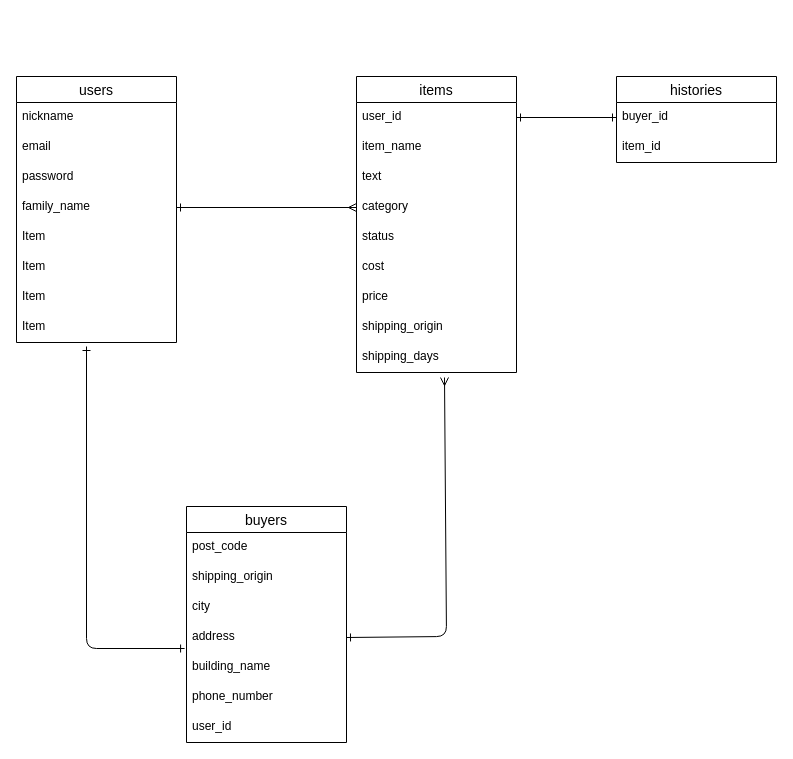
The draw.io diagram furima.dio in Ozeyuta/furima-39084, before the edit. Source tidied: cells renumbered, new cells numbered last; positions are measured from the earlier drawing's top-left corner, leaving out a move shared by most shapes. Both pictures are drawn from the tidied source at 100%, with x=0, y=0 at pixel (16, 76).
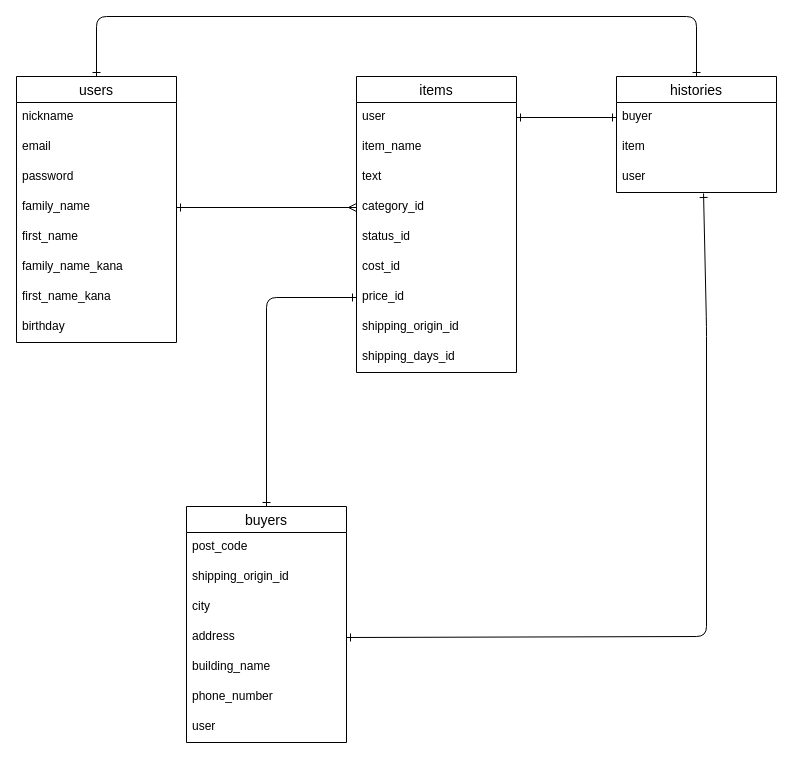
The same page after the edit.

Commit message (it also covers changes not shown here):
ER図とREADMEの修正２

Unchanged cells that the change refers to:
```xml
<mxCell id="2" value="users" style="swimlane;fontStyle=0;horizontal=1;startSize=26;align=center;fontSize=14;" parent="1" vertex="1">
  <mxGeometry width="160" height="266" as="geometry" />
</mxCell>
<mxCell id="11" value="items" style="swimlane;fontStyle=0;horizontal=1;startSize=26;align=center;fontSize=14;" parent="1" vertex="1">
  <mxGeometry x="340" width="160" height="296" as="geometry" />
</mxCell>
<mxCell id="21" value="buyers" style="swimlane;fontStyle=0;horizontal=1;startSize=26;align=center;fontSize=14;" parent="1" vertex="1">
  <mxGeometry x="170" y="430" width="160" height="236" as="geometry" />
</mxCell>
<mxCell id="25" value="address" style="text;strokeColor=none;fillColor=none;spacingLeft=4;spacingRight=4;overflow=hidden;points=[[0,0.5],[1,0.5]];portConstraint=eastwest;fontSize=12;" parent="21" vertex="1">
  <mxGeometry y="116" width="160" height="30" as="geometry" />
</mxCell>
```

Change to the diagram source:
```diff
@@
+    <mxCell id="36" style="edgeStyle=none;html=1;exitX=0.5;exitY=0;exitDx=0;exitDy=0;entryX=0.5;entryY=0;entryDx=0;entryDy=0;startArrow=ERone;startFill=0;endArrow=ERone;endFill=0;" parent="1" edge="1" source="2" target="29">
+      <mxGeometry relative="1" as="geometry">
+        <Array as="points">
+          <mxPoint x="80" y="-60" />
+          <mxPoint x="680" y="-60" />
+        </Array>
+      </mxGeometry>
+    </mxCell>
@@
-    <mxCell id="7" value="Item" style="text;strokeColor=none;fillColor=none;spacingLeft=4;spacingRight=4;overflow=hidden;fontSize=12;" parent="2" vertex="1">
+    <mxCell id="7" value="first_name" style="text;strokeColor=none;fillColor=none;spacingLeft=4;spacingRight=4;overflow=hidden;fontSize=12;" parent="2" vertex="1">
       <mxGeometry y="146" width="160" height="30" as="geometry" />
     </mxCell>
-    <mxCell id="8" value="Item" style="text;strokeColor=none;fillColor=none;spacingLeft=4;spacingRight=4;overflow=hidden;fontSize=12;" parent="2" vertex="1">
+    <mxCell id="8" value="family_name_kana" style="text;strokeColor=none;fillColor=none;spacingLeft=4;spacingRight=4;overflow=hidden;fontSize=12;" parent="2" vertex="1">
       <mxGeometry y="176" width="160" height="30" as="geometry" />
     </mxCell>
-    <mxCell id="9" value="Item" style="text;strokeColor=none;fillColor=none;spacingLeft=4;spacingRight=4;overflow=hidden;fontSize=12;" parent="2" vertex="1">
+    <mxCell id="9" value="first_name_kana" style="text;strokeColor=none;fillColor=none;spacingLeft=4;spacingRight=4;overflow=hidden;fontSize=12;" parent="2" vertex="1">
       <mxGeometry y="206" width="160" height="30" as="geometry" />
     </mxCell>
-    <mxCell id="10" value="Item" style="text;strokeColor=none;fillColor=none;spacingLeft=4;spacingRight=4;overflow=hidden;fontSize=12;" parent="2" vertex="1">
+    <mxCell id="10" value="birthday" style="text;strokeColor=none;fillColor=none;spacingLeft=4;spacingRight=4;overflow=hidden;fontSize=12;" parent="2" vertex="1">
       <mxGeometry y="236" width="160" height="30" as="geometry" />
     </mxCell>
@@
-    <mxCell id="12" value="user_id" style="text;strokeColor=none;fillColor=none;spacingLeft=4;spacingRight=4;overflow=hidden;points=[[0,0.5],[1,0.5]];portConstraint=eastwest;fontSize=12;" parent="11" vertex="1">
+    <mxCell id="12" value="user" style="text;strokeColor=none;fillColor=none;spacingLeft=4;spacingRight=4;overflow=hidden;points=[[0,0.5],[1,0.5]];portConstraint=eastwest;fontSize=12;" parent="11" vertex="1">
       <mxGeometry y="26" width="160" height="30" as="geometry" />
     </mxCell>
@@
-    <mxCell id="15" value="category" style="text;strokeColor=none;fillColor=none;spacingLeft=4;spacingRight=4;overflow=hidden;points=[[0,0.5],[1,0.5]];portConstraint=eastwest;fontSize=12;" parent="11" vertex="1">
+    <mxCell id="15" value="category_id" style="text;strokeColor=none;fillColor=none;spacingLeft=4;spacingRight=4;overflow=hidden;points=[[0,0.5],[1,0.5]];portConstraint=eastwest;fontSize=12;" parent="11" vertex="1">
       <mxGeometry y="116" width="160" height="30" as="geometry" />
     </mxCell>
-    <mxCell id="16" value="status" style="text;strokeColor=none;fillColor=none;spacingLeft=4;spacingRight=4;overflow=hidden;fontSize=12;" parent="11" vertex="1">
+    <mxCell id="16" value="status_id" style="text;strokeColor=none;fillColor=none;spacingLeft=4;spacingRight=4;overflow=hidden;fontSize=12;" parent="11" vertex="1">
       <mxGeometry y="146" width="160" height="30" as="geometry" />
     </mxCell>
-    <mxCell id="17" value="cost" style="text;strokeColor=none;fillColor=none;spacingLeft=4;spacingRight=4;overflow=hidden;fontSize=12;" parent="11" vertex="1">
+    <mxCell id="17" value="cost_id" style="text;strokeColor=none;fillColor=none;spacingLeft=4;spacingRight=4;overflow=hidden;fontSize=12;" parent="11" vertex="1">
       <mxGeometry y="176" width="160" height="30" as="geometry" />
     </mxCell>
-    <mxCell id="18" value="price" style="text;strokeColor=none;fillColor=none;spacingLeft=4;spacingRight=4;overflow=hidden;points=[[0,0.5],[1,0.5]];portConstraint=eastwest;fontSize=12;" parent="11" vertex="1">
+    <mxCell id="18" value="price_id" style="text;strokeColor=none;fillColor=none;spacingLeft=4;spacingRight=4;overflow=hidden;points=[[0,0.5],[1,0.5]];portConstraint=eastwest;fontSize=12;" parent="11" vertex="1">
       <mxGeometry y="206" width="160" height="30" as="geometry" />
     </mxCell>
-    <mxCell id="19" value="shipping_origin" style="text;strokeColor=none;fillColor=none;spacingLeft=4;spacingRight=4;overflow=hidden;fontSize=12;" parent="11" vertex="1">
+    <mxCell id="19" value="shipping_origin_id" style="text;strokeColor=none;fillColor=none;spacingLeft=4;spacingRight=4;overflow=hidden;fontSize=12;" parent="11" vertex="1">
       <mxGeometry y="236" width="160" height="30" as="geometry" />
     </mxCell>
-    <mxCell id="20" value="shipping_days" style="text;strokeColor=none;fillColor=none;spacingLeft=4;spacingRight=4;overflow=hidden;points=[[0,0.5],[1,0.5]];portConstraint=eastwest;fontSize=12;" parent="11" vertex="1">
+    <mxCell id="20" value="shipping_days_id" style="text;strokeColor=none;fillColor=none;spacingLeft=4;spacingRight=4;overflow=hidden;points=[[0,0.5],[1,0.5]];portConstraint=eastwest;fontSize=12;" parent="11" vertex="1">
       <mxGeometry y="266" width="160" height="30" as="geometry" />
     </mxCell>
+    <mxCell id="37" style="edgeStyle=none;html=1;exitX=0.5;exitY=0;exitDx=0;exitDy=0;entryX=0;entryY=0.5;entryDx=0;entryDy=0;endArrow=ERone;endFill=0;startArrow=ERone;startFill=0;" parent="1" edge="1" source="21" target="18">
+      <mxGeometry relative="1" as="geometry">
+        <Array as="points">
+          <mxPoint x="250" y="221" />
+        </Array>
+      </mxGeometry>
+    </mxCell>
@@
-    <mxCell id="23" value="shipping_origin" style="text;strokeColor=none;fillColor=none;spacingLeft=4;spacingRight=4;overflow=hidden;fontSize=12;" parent="21" vertex="1">
+    <mxCell id="23" value="shipping_origin_id" style="text;strokeColor=none;fillColor=none;spacingLeft=4;spacingRight=4;overflow=hidden;fontSize=12;" parent="21" vertex="1">
       <mxGeometry y="56" width="160" height="30" as="geometry" />
     </mxCell>
@@
-    <mxCell id="28" value="user_id" style="text;strokeColor=none;fillColor=none;spacingLeft=4;spacingRight=4;overflow=hidden;fontSize=12;" parent="21" vertex="1">
+    <mxCell id="28" value="user" style="text;strokeColor=none;fillColor=none;spacingLeft=4;spacingRight=4;overflow=hidden;fontSize=12;" parent="21" vertex="1">
       <mxGeometry y="206" width="160" height="30" as="geometry" />
     </mxCell>
     <mxCell id="29" value="histories" style="swimlane;fontStyle=0;horizontal=1;startSize=26;align=center;fontSize=14;" parent="1" vertex="1">
-      <mxGeometry x="600" width="160" height="86" as="geometry" />
+      <mxGeometry x="600" width="160" height="116" as="geometry" />
     </mxCell>
-    <mxCell id="30" value="buyer_id" style="text;strokeColor=none;fillColor=none;spacingLeft=4;spacingRight=4;overflow=hidden;points=[[0,0.5],[1,0.5]];portConstraint=eastwest;fontSize=12;" parent="29" vertex="1">
+    <mxCell id="30" value="buyer" style="text;strokeColor=none;fillColor=none;spacingLeft=4;spacingRight=4;overflow=hidden;points=[[0,0.5],[1,0.5]];portConstraint=eastwest;fontSize=12;" parent="29" vertex="1">
       <mxGeometry y="26" width="160" height="30" as="geometry" />
     </mxCell>
-    <mxCell id="31" value="item_id" style="text;strokeColor=none;fillColor=none;spacingLeft=4;spacingRight=4;overflow=hidden;fontSize=12;" parent="29" vertex="1">
+    <mxCell id="31" value="item" style="text;strokeColor=none;fillColor=none;spacingLeft=4;spacingRight=4;overflow=hidden;fontSize=12;" parent="29" vertex="1">
       <mxGeometry y="56" width="160" height="30" as="geometry" />
     </mxCell>
+    <mxCell id="38" value="user" style="text;strokeColor=none;fillColor=none;spacingLeft=4;spacingRight=4;overflow=hidden;points=[[0,0.5],[1,0.5]];portConstraint=eastwest;fontSize=12;" parent="29" vertex="1">
+      <mxGeometry y="86" width="160" height="30" as="geometry" />
+    </mxCell>
@@
-    <mxCell id="33" style="edgeStyle=none;html=1;exitX=1;exitY=0.5;exitDx=0;exitDy=0;entryX=0.55;entryY=1.167;entryDx=0;entryDy=0;entryPerimeter=0;startArrow=ERone;startFill=0;endArrow=ERmany;endFill=0;" parent="1" edge="1" source="25" target="20">
+    <mxCell id="33" style="edgeStyle=none;html=1;exitX=1;exitY=0.5;exitDx=0;exitDy=0;startArrow=ERone;startFill=0;endArrow=ERone;endFill=0;entryX=0.544;entryY=1.033;entryDx=0;entryDy=0;entryPerimeter=0;" parent="1" edge="1" source="25" target="38">
       <mxGeometry relative="1" as="geometry">
         <Array as="points">
-          <mxPoint x="430" y="560" />
+          <mxPoint x="690" y="560" />
+          <mxPoint x="690" y="250" />
         </Array>
       </mxGeometry>
     </mxCell>
-    <mxCell id="34" style="edgeStyle=none;html=1;startArrow=ERone;startFill=0;endArrow=ERone;endFill=0;entryX=-0.012;entryY=0.867;entryDx=0;entryDy=0;entryPerimeter=0;" parent="1" edge="1" target="25">
-      <mxGeometry relative="1" as="geometry">
-        <mxPoint x="70" y="270" as="sourcePoint" />
-        <Array as="points">
-          <mxPoint x="70" y="572" />
-        </Array>
-      </mxGeometry>
-    </mxCell>
```
